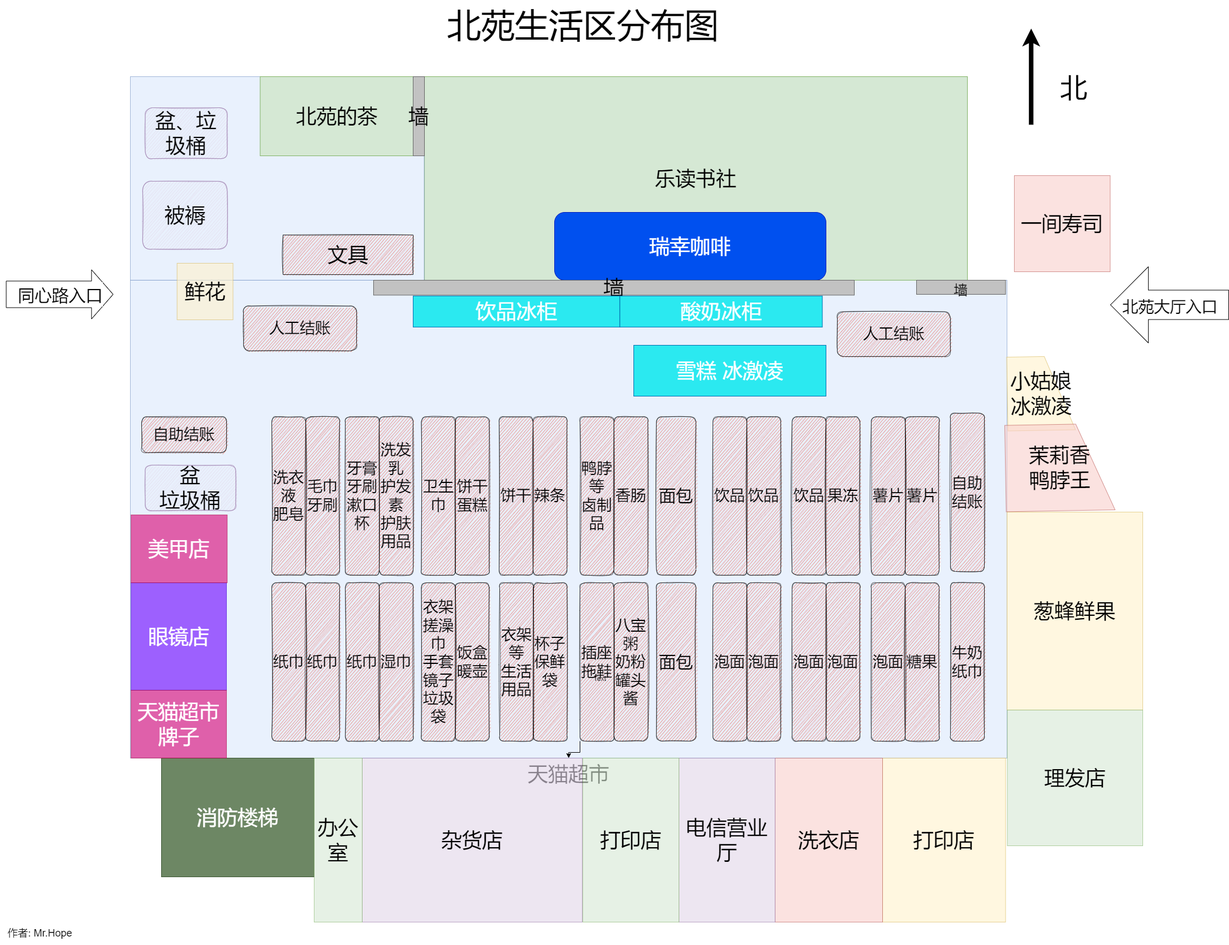
The draw.io diagram img/life/beiyuan/map.png in inNENU/2023-resource, before a commit. Source tidied: cells renumbered, new cells last; positions are measured from the earlier drawing's top-left corner, leaving out a move shared by most shapes.
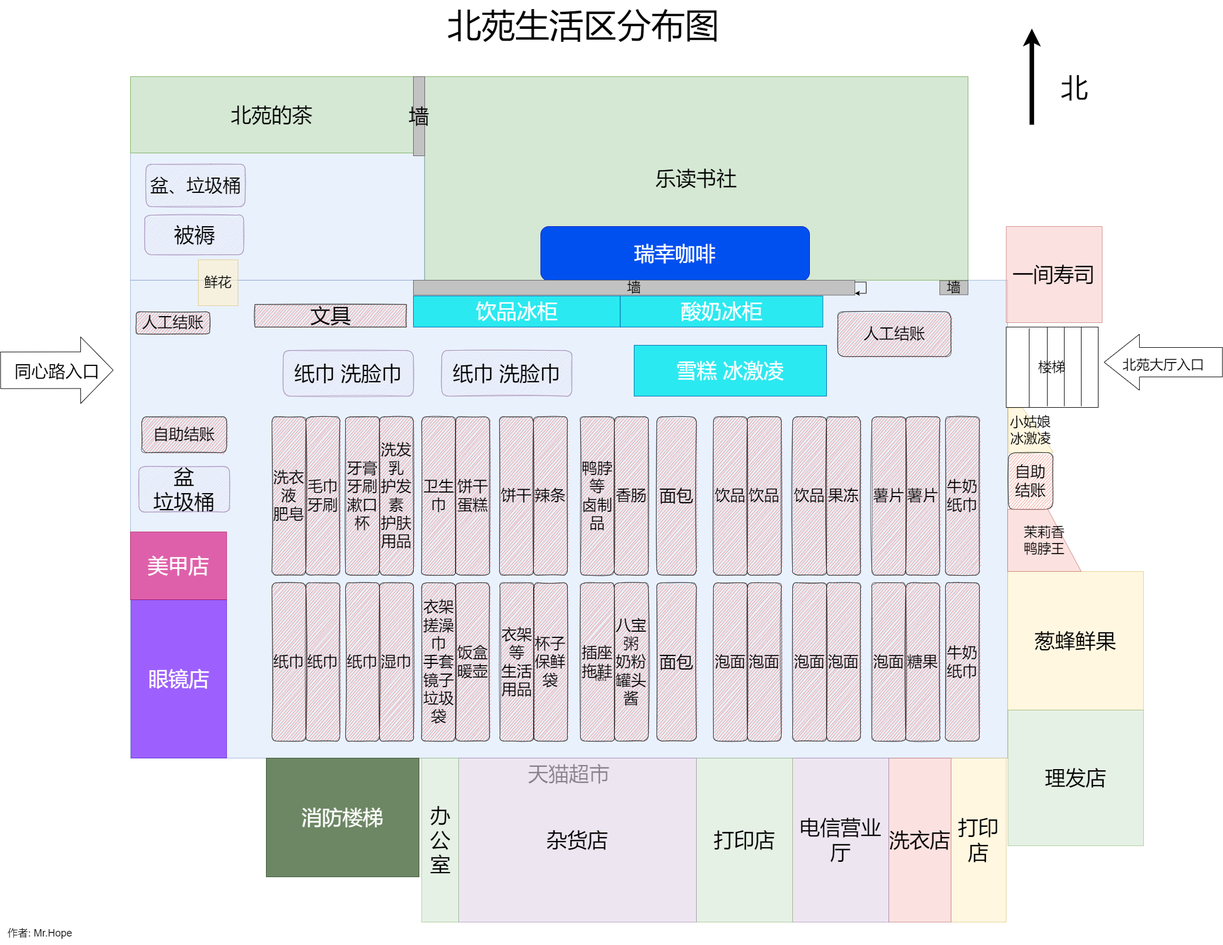
Later version of the same file.

What changed in the source:
```diff
@@ -18,73 +18,73 @@
       <mxGeometry x="1862.7" y="120" width="70" height="70" as="geometry" />
     </mxCell>
     <mxCell id="6" value="瑞幸咖啡" style="rounded=1;whiteSpace=wrap;html=1;fillColor=#0050ef;strokeColor=#001DBC;fontColor=#ffffff;fontSize=36;" parent="1" vertex="1">
-      <mxGeometry x="980" y="375" width="480" height="120" as="geometry" />
+      <mxGeometry x="955" y="400" width="475" height="95.7" as="geometry" />
     </mxCell>
     <mxCell id="7" style="rounded=0;whiteSpace=wrap;html=1;fillColor=#dae8fc;strokeColor=#6c8ebf;align=center;opacity=60;fontSize=36;" parent="1" vertex="1">
       <mxGeometry x="230" y="135" width="519.6" height="360" as="geometry" />
     </mxCell>
     <mxCell id="8" value="北苑的茶" style="rounded=0;whiteSpace=wrap;html=1;shadow=0;glass=0;sketch=0;fillColor=#d5e8d4;strokeColor=#82b366;fontSize=36;" parent="1" vertex="1">
-      <mxGeometry x="459.5" y="135" width="270.5" height="140" as="geometry" />
+      <mxGeometry x="230" y="135" width="500" height="135" as="geometry" />
     </mxCell>
-    <mxCell id="9" value="墙" style="rounded=0;whiteSpace=wrap;html=1;glass=0;shadow=0;sketch=0;fillColor=#C2C2C2;gradientColor=none;strokeColor=#666666;fillStyle=auto;fontSize=36;" parent="1" vertex="1">
-      <mxGeometry x="660" y="495" width="850" height="26.4" as="geometry" />
+    <mxCell id="9" value="墙" style="rounded=0;whiteSpace=wrap;html=1;glass=0;shadow=0;sketch=0;fillColor=#C2C2C2;gradientColor=none;strokeColor=#666666;fillStyle=auto;fontSize=24;" parent="1" vertex="1">
+      <mxGeometry x="730" y="495" width="780" height="26.4" as="geometry" />
     </mxCell>
-    <mxCell id="10" value="&lt;font style=&quot;font-size: 24px;&quot;&gt;墙&lt;/font&gt;" style="rounded=0;whiteSpace=wrap;html=1;glass=0;shadow=0;sketch=0;fillColor=#C2C2C2;gradientColor=none;strokeColor=#666666;fontSize=36;" parent="1" vertex="1">
-      <mxGeometry x="1620" y="495" width="157.5" height="25" as="geometry" />
+    <mxCell id="10" value="&lt;font style=&quot;font-size: 24px;&quot;&gt;墙&lt;/font&gt;" style="rounded=0;whiteSpace=wrap;html=1;glass=0;shadow=0;sketch=0;fillColor=#C2C2C2;gradientColor=none;strokeColor=#666666;fontSize=24;" parent="1" vertex="1">
+      <mxGeometry x="1660" y="495.7" width="50" height="25" as="geometry" />
     </mxCell>
     <mxCell id="11" value="&lt;font style=&quot;font-size: 36px;&quot;&gt;一间寿司&lt;/font&gt;" style="rounded=0;whiteSpace=wrap;html=1;shadow=0;glass=0;sketch=0;fillStyle=auto;fillColor=#f8cecc;opacity=60;strokeColor=#b85450;fontSize=36;" parent="1" vertex="1">
-      <mxGeometry x="1793" y="310" width="169.5" height="170" as="geometry" />
+      <mxGeometry x="1777.5" y="400" width="169.5" height="170" as="geometry" />
     </mxCell>
     <mxCell id="12" value="打印店" style="rounded=0;whiteSpace=wrap;html=1;shadow=0;glass=0;sketch=0;fillStyle=auto;fillColor=#fff2cc;opacity=60;strokeColor=#d6b656;fontSize=36;" parent="1" vertex="1">
-      <mxGeometry x="1560" y="1340" width="217.5" height="290" as="geometry" />
+      <mxGeometry x="1680" y="1340" width="97.5" height="290" as="geometry" />
     </mxCell>
     <mxCell id="13" value="&lt;font style=&quot;font-size: 36px;&quot;&gt;葱蜂鲜果&lt;/font&gt;" style="rounded=0;whiteSpace=wrap;html=1;shadow=0;glass=0;sketch=0;fillStyle=auto;fontSize=36;fillColor=#fff2cc;opacity=60;strokeColor=#d6b656;" parent="1" vertex="1">
-      <mxGeometry x="1780" y="905" width="240" height="350" as="geometry" />
+      <mxGeometry x="1780" y="1010" width="240" height="245" as="geometry" />
     </mxCell>
     <mxCell id="14" value="理发店" style="rounded=0;whiteSpace=wrap;html=1;shadow=0;glass=0;sketch=0;fillStyle=auto;fontSize=36;fillColor=#d5e8d4;opacity=60;strokeColor=#82b366;" parent="1" vertex="1">
       <mxGeometry x="1780.5" y="1255" width="239.5" height="240" as="geometry" />
     </mxCell>
-    <mxCell id="15" value="&lt;font style=&quot;font-size: 36px;&quot;&gt;小姑娘&lt;br style=&quot;font-size: 36px;&quot;&gt;冰激凌&lt;/font&gt;" style="shape=manualInput;whiteSpace=wrap;html=1;rounded=0;shadow=0;glass=0;sketch=0;fillStyle=auto;fontSize=36;fillColor=#fff2cc;opacity=60;rotation=-1;strokeColor=#d6b656;direction=south;labelPosition=center;verticalLabelPosition=middle;align=center;verticalAlign=middle;size=53;" parent="1" vertex="1">
-      <mxGeometry x="1780.5" y="630" width="119.5" height="130.5" as="geometry" />
+    <mxCell id="15" value="&lt;font style=&quot;font-size: 24px;&quot;&gt;小姑娘&lt;br style=&quot;font-size: 24px;&quot;&gt;冰激凌&lt;/font&gt;" style="shape=manualInput;whiteSpace=wrap;html=1;rounded=0;shadow=0;glass=0;sketch=0;fillStyle=auto;fontSize=24;fillColor=#fff2cc;opacity=60;rotation=-1;strokeColor=#d6b656;direction=south;labelPosition=center;verticalLabelPosition=middle;align=center;verticalAlign=middle;size=53;" parent="1" vertex="1">
+      <mxGeometry x="1781.4" y="720.2" width="78.6" height="80" as="geometry" />
     </mxCell>
     <mxCell id="16" value="&lt;font style=&quot;font-size: 36px;&quot;&gt;洗衣店&lt;/font&gt;" style="rounded=0;whiteSpace=wrap;html=1;shadow=0;glass=0;sketch=0;fillStyle=auto;fontSize=36;fillColor=#f8cecc;strokeColor=#b85450;opacity=60;" parent="1" vertex="1">
-      <mxGeometry x="1370" y="1340" width="190" height="290" as="geometry" />
+      <mxGeometry x="1570" y="1340" width="110" height="290" as="geometry" />
     </mxCell>
     <mxCell id="17" value="电信营业厅" style="rounded=0;whiteSpace=wrap;html=1;shadow=0;glass=0;sketch=0;fillStyle=auto;fontSize=36;fillColor=#e1d5e7;opacity=60;strokeColor=#9673a6;" parent="1" vertex="1">
-      <mxGeometry x="1200" y="1340" width="170" height="290" as="geometry" />
+      <mxGeometry x="1400" y="1340" width="170" height="290" as="geometry" />
     </mxCell>
     <mxCell id="18" value="打印店" style="rounded=0;whiteSpace=wrap;html=1;shadow=0;glass=0;sketch=0;fillStyle=auto;fontSize=36;fillColor=#d5e8d4;opacity=60;strokeColor=#82b366;" parent="1" vertex="1">
-      <mxGeometry x="1030" y="1340" width="170" height="290" as="geometry" />
+      <mxGeometry x="1230" y="1340" width="170" height="290" as="geometry" />
     </mxCell>
     <mxCell id="19" value="眼镜店" style="rounded=0;whiteSpace=wrap;html=1;shadow=0;glass=0;sketch=0;fillStyle=auto;fontSize=36;fillColor=#6a00ff;opacity=60;fontColor=#ffffff;strokeColor=#3700CC;" parent="1" vertex="1">
-      <mxGeometry x="231.2" y="1030" width="168.8" height="190" as="geometry" />
+      <mxGeometry x="231.2" y="1060" width="168.8" height="280" as="geometry" />
     </mxCell>
     <mxCell id="20" value="杂货店" style="rounded=0;whiteSpace=wrap;html=1;shadow=0;glass=0;sketch=0;fillStyle=auto;fontSize=36;fillColor=#e1d5e7;opacity=60;strokeColor=#9673a6;" parent="1" vertex="1">
-      <mxGeometry x="640" y="1340" width="389" height="290" as="geometry" />
+      <mxGeometry x="810" y="1340" width="420" height="290" as="geometry" />
     </mxCell>
     <mxCell id="21" value="美甲店" style="rounded=0;whiteSpace=wrap;html=1;shadow=0;glass=0;sketch=0;fillStyle=auto;fontSize=36;fillColor=#d80073;opacity=60;fontColor=#ffffff;strokeColor=#A50040;" parent="1" vertex="1">
-      <mxGeometry x="231.2" y="910" width="170" height="120" as="geometry" />
+      <mxGeometry x="230" y="940" width="170" height="120" as="geometry" />
     </mxCell>
-    <mxCell id="22" value="鲜花" style="rounded=0;whiteSpace=wrap;html=1;shadow=0;glass=0;sketch=0;fillStyle=auto;fontSize=36;fillColor=#fff2cc;opacity=60;strokeColor=#d6b656;" parent="1" vertex="1">
-      <mxGeometry x="312.6" y="465" width="98.9" height="100" as="geometry" />
+    <mxCell id="22" value="鲜花" style="rounded=0;whiteSpace=wrap;html=1;shadow=0;glass=0;sketch=0;fillStyle=auto;fontSize=24;fillColor=#fff2cc;opacity=60;strokeColor=#d6b656;" parent="1" vertex="1">
+      <mxGeometry x="350" y="458.9" width="70" height="81.1" as="geometry" />
     </mxCell>
-    <mxCell id="23" value="&lt;font style=&quot;font-size: 28px;&quot;&gt;北苑大厅入口&lt;/font&gt;" style="shape=flexArrow;endArrow=classic;html=1;rounded=0;fontSize=36;width=52;endSize=22;endWidth=81.81818181818183;" parent="1" edge="1">
+    <mxCell id="23" value="&lt;font style=&quot;font-size: 24px;&quot;&gt;北苑大厅入口&lt;/font&gt;" style="shape=flexArrow;endArrow=classic;html=1;rounded=0;fontSize=36;width=52;endSize=20.44666666666667;endWidth=46;" parent="1" edge="1">
       <mxGeometry relative="1" as="geometry">
-        <mxPoint x="2172.4" y="538.5" as="sourcePoint" />
-        <mxPoint x="1962.4" y="538.5" as="targetPoint" />
+        <mxPoint x="2160" y="640" as="sourcePoint" />
+        <mxPoint x="1950" y="640" as="targetPoint" />
       </mxGeometry>
     </mxCell>
-    <mxCell id="24" value="&lt;font style=&quot;font-size: 30px;&quot;&gt;同心路入口&lt;/font&gt;" style="shape=flexArrow;endArrow=classic;html=1;rounded=0;fontSize=36;width=47.05882352941177;endSize=12.388235294117647;endWidth=38.91891891891892;" parent="1" edge="1">
+    <mxCell id="24" value="&lt;font style=&quot;font-size: 30px;&quot;&gt;同心路入口&lt;/font&gt;" style="shape=flexArrow;endArrow=classic;html=1;rounded=0;fontSize=36;width=64.76190476190476;endSize=18.83809523809524;endWidth=52.06349206349206;" parent="1" edge="1">
       <mxGeometry relative="1" as="geometry">
-        <mxPoint x="10" y="520" as="sourcePoint" />
-        <mxPoint x="200" y="520" as="targetPoint" />
+        <mxPoint y="654.3" as="sourcePoint" />
+        <mxPoint x="200" y="654" as="targetPoint" />
       </mxGeometry>
     </mxCell>
     <mxCell id="25" value="文具" style="rounded=0;whiteSpace=wrap;html=1;shadow=0;glass=0;sketch=1;fillStyle=auto;fontSize=36;fontColor=none;fillColor=#E85642;gradientColor=none;opacity=60;" parent="1" vertex="1">
-      <mxGeometry x="500" y="415" width="230" height="70" as="geometry" />
+      <mxGeometry x="450" y="537.8" width="267.5" height="40" as="geometry" />
     </mxCell>
     <mxCell id="26" value="牛奶&lt;br style=&quot;font-size: 27px;&quot;&gt;纸巾" style="rounded=1;whiteSpace=wrap;html=1;shadow=0;glass=0;sketch=1;fillStyle=auto;fontSize=27;fontColor=none;fillColor=#E85642;gradientColor=none;opacity=60;" parent="1" vertex="1">
-      <mxGeometry x="1680" y="1030" width="60" height="280" as="geometry" />
+      <mxGeometry x="1670" y="1030" width="60" height="280" as="geometry" />
     </mxCell>
     <mxCell id="27" value="饮品冰柜" style="rounded=0;whiteSpace=wrap;html=1;shadow=0;glass=0;sketch=0;fillStyle=auto;fontSize=36;fontColor=#ffffff;fillColor=#2BE9F0;strokeColor=#006EAF;" parent="1" vertex="1">
       <mxGeometry x="730" y="522.8" width="365.5" height="55" as="geometry" />
@@ -93,25 +93,25 @@
       <mxGeometry x="1095.5" y="522.8" width="358" height="55" as="geometry" />
     </mxCell>
     <mxCell id="29" value="消防楼梯" style="rounded=0;whiteSpace=wrap;html=1;shadow=0;glass=0;sketch=0;fillStyle=auto;fontSize=36;fontColor=#ffffff;fillColor=#6d8764;strokeColor=#3A5431;" parent="1" vertex="1">
-      <mxGeometry x="285" y="1340" width="270" height="210" as="geometry" />
+      <mxGeometry x="470" y="1340" width="270" height="210" as="geometry" />
     </mxCell>
     <mxCell id="30" value="自助结账" style="rounded=1;whiteSpace=wrap;html=1;shadow=0;glass=0;sketch=1;fillStyle=auto;fontSize=27;fontColor=none;fillColor=#E85642;gradientColor=none;opacity=60;" parent="1" vertex="1">
-      <mxGeometry x="1680" y="730" width="60" height="280" as="geometry" />
+      <mxGeometry x="1781.4" y="800" width="78.6" height="100" as="geometry" />
     </mxCell>
-    <mxCell id="31" value="盆、垃圾桶" style="rounded=1;whiteSpace=wrap;html=1;shadow=0;glass=0;sketch=1;fillStyle=auto;fontSize=36;fillColor=#e1d5e7;opacity=60;strokeColor=#9673a6;" parent="1" vertex="1">
-      <mxGeometry x="256.2" y="190" width="145" height="90" as="geometry" />
+    <mxCell id="31" value="盆、垃圾桶" style="rounded=1;whiteSpace=wrap;html=1;shadow=0;glass=0;sketch=1;fillStyle=auto;fontSize=32;fillColor=#e1d5e7;opacity=60;strokeColor=#9673a6;" parent="1" vertex="1">
+      <mxGeometry x="257.5" y="290" width="175" height="75" as="geometry" />
     </mxCell>
     <mxCell id="32" value="墙" style="rounded=0;whiteSpace=wrap;html=1;glass=0;shadow=0;sketch=0;fillColor=#C2C2C2;gradientColor=none;strokeColor=#666666;fillStyle=auto;fontSize=36;" parent="1" vertex="1">
       <mxGeometry x="730" y="135" width="20" height="140" as="geometry" />
     </mxCell>
     <mxCell id="33" value="盆&lt;br style=&quot;font-size: 36px;&quot;&gt;垃圾桶" style="rounded=1;whiteSpace=wrap;html=1;shadow=0;glass=0;sketch=1;fillStyle=auto;fontSize=36;fillColor=#e1d5e7;opacity=60;strokeColor=#9673a6;" parent="1" vertex="1">
-      <mxGeometry x="256.2" y="822" width="160" height="80.7" as="geometry" />
+      <mxGeometry x="245" y="824.2" width="160" height="80.7" as="geometry" />
     </mxCell>
     <mxCell id="34" value="被褥" style="rounded=1;whiteSpace=wrap;html=1;shadow=0;glass=0;sketch=1;fillStyle=auto;fontSize=36;fillColor=#e1d5e7;opacity=60;strokeColor=#9673a6;" parent="1" vertex="1">
-      <mxGeometry x="251.8" y="320" width="149.5" height="120" as="geometry" />
+      <mxGeometry x="255.5" y="380" width="174.5" height="70" as="geometry" />
     </mxCell>
-    <mxCell id="35" value="&lt;font style=&quot;font-size: 36px;&quot;&gt;茉莉香&lt;br style=&quot;font-size: 36px;&quot;&gt;鸭脖王&lt;/font&gt;" style="shape=manualInput;whiteSpace=wrap;html=1;rounded=0;shadow=0;glass=0;sketch=0;fillStyle=auto;fontSize=36;fillColor=#f8cecc;opacity=60;rotation=-1;strokeColor=#b85450;direction=south;labelPosition=center;verticalLabelPosition=middle;align=center;verticalAlign=middle;size=67;" parent="1" vertex="1">
-      <mxGeometry x="1777.3" y="750" width="192.5" height="152.7" as="geometry" />
+    <mxCell id="35" value="&lt;font style=&quot;font-size: 24px;&quot;&gt;茉莉香&lt;br style=&quot;font-size: 24px;&quot;&gt;鸭脖王&lt;/font&gt;" style="shape=manualInput;whiteSpace=wrap;html=1;rounded=0;shadow=0;glass=0;sketch=0;fillStyle=auto;fontSize=24;fillColor=#f8cecc;opacity=60;rotation=0;strokeColor=#b85450;direction=south;labelPosition=center;verticalLabelPosition=middle;align=center;verticalAlign=middle;size=59;" parent="1" vertex="1">
+      <mxGeometry x="1780" y="900" width="130" height="110" as="geometry" />
     </mxCell>
     <mxCell id="36" value="面包" style="rounded=1;whiteSpace=wrap;html=1;shadow=0;glass=0;sketch=1;fillStyle=auto;fontSize=30;fontColor=none;fillColor=#E85642;gradientColor=none;opacity=60;" parent="1" vertex="1">
       <mxGeometry x="1160" y="1030" width="70" height="280" as="geometry" />
@@ -146,9 +146,6 @@
     <mxCell id="46" value="八宝粥&lt;br&gt;奶粉&lt;br&gt;罐头&lt;br&gt;酱" style="rounded=1;whiteSpace=wrap;html=1;shadow=0;glass=0;sketch=1;fillStyle=auto;fontSize=27;fontColor=none;fillColor=#E85642;gradientColor=none;opacity=60;" parent="1" vertex="1">
       <mxGeometry x="1085" y="1030" width="60" height="280" as="geometry" />
     </mxCell>
-    <mxCell id="47" style="edgeStyle=orthogonalEdgeStyle;rounded=0;jettySize=auto;html=1;exitX=0;exitY=1;exitDx=0;exitDy=0;fontSize=18;" parent="1" edge="1" source="48" target="2">
-      <mxGeometry relative="1" as="geometry" />
-    </mxCell>
     <mxCell id="48" value="&lt;font style=&quot;font-size: 27px;&quot;&gt;插座&lt;br style=&quot;&quot;&gt;拖鞋&lt;/font&gt;" style="rounded=1;whiteSpace=wrap;html=1;shadow=0;glass=0;sketch=1;fillStyle=auto;fontSize=27;fontColor=none;fillColor=#E85642;gradientColor=none;opacity=60;" parent="1" vertex="1">
       <mxGeometry x="1025" y="1030" width="60" height="280" as="geometry" />
     </mxCell>
@@ -222,7 +219,7 @@
       <mxGeometry x="250" y="736.5" width="150" height="63.5" as="geometry" />
     </mxCell>
     <mxCell id="72" value="人工结账" style="rounded=1;whiteSpace=wrap;html=1;shadow=0;glass=0;sketch=1;fillStyle=auto;fontSize=27;fontColor=none;fillColor=#E85642;gradientColor=none;opacity=60;" parent="1" vertex="1">
-      <mxGeometry x="430" y="540.7" width="200" height="79.3" as="geometry" />
+      <mxGeometry x="240" y="550.7" width="130" height="39.3" as="geometry" />
     </mxCell>
     <mxCell id="73" value="雪糕 冰激凌" style="rounded=0;whiteSpace=wrap;html=1;shadow=0;glass=0;sketch=0;fillStyle=auto;fontSize=36;fontColor=#ffffff;fillColor=#2BE9F0;strokeColor=#006EAF;" parent="1" vertex="1">
       <mxGeometry x="1120" y="610" width="340" height="90" as="geometry" />
@@ -234,16 +231,51 @@
       <mxGeometry x="780" width="500" height="90" as="geometry" />
     </mxCell>
     <mxCell id="76" value="办公室" style="rounded=0;whiteSpace=wrap;html=1;shadow=0;glass=0;sketch=0;fillStyle=auto;fontSize=36;fillColor=#d5e8d4;opacity=60;strokeColor=#82b366;" parent="1" vertex="1">
-      <mxGeometry x="555" y="1340" width="85" height="290" as="geometry" />
+      <mxGeometry x="744.5" y="1340" width="65.5" height="290" as="geometry" />
     </mxCell>
-    <mxCell id="77" value="天猫超市&lt;br&gt;牌子" style="rounded=0;whiteSpace=wrap;html=1;shadow=0;glass=0;sketch=0;fillStyle=auto;fontSize=36;fillColor=#d80073;opacity=60;fontColor=#ffffff;strokeColor=#A50040;" parent="1" vertex="1">
-      <mxGeometry x="231.2" y="1220" width="168.8" height="120" as="geometry" />
-    </mxCell>
     <mxCell id="78" value="Text" style="text;html=1;align=center;verticalAlign=middle;fillColor=none;strokeColor=none;rounded=0;" parent="1" vertex="1">
       <mxGeometry x="1040" y="1190" width="40" height="20" as="geometry" />
     </mxCell>
     <mxCell id="79" value="作者: Mr.Hope" style="text;html=1;align=center;verticalAlign=middle;fillColor=none;strokeColor=none;rounded=0;fontSize=18;" parent="1" vertex="1">
       <mxGeometry y="1630" width="140" height="40" as="geometry" />
     </mxCell>
+    <mxCell id="80" value="牛奶&lt;br style=&quot;font-size: 27px;&quot;&gt;纸巾" style="rounded=1;whiteSpace=wrap;html=1;shadow=0;glass=0;sketch=1;fillStyle=auto;fontSize=27;fontColor=none;fillColor=#E85642;gradientColor=none;opacity=60;" parent="1" vertex="1">
+      <mxGeometry x="1670" y="736.5" width="60" height="280" as="geometry" />
+    </mxCell>
+    <mxCell id="81" style="edgeStyle=orthogonalEdgeStyle;rounded=0;orthogonalLoop=1;jettySize=auto;html=1;fontSize=24;" parent="1" edge="1" source="9" target="9">
+      <mxGeometry relative="1" as="geometry" />
+    </mxCell>
+    <mxCell id="82" value="纸巾 洗脸巾" style="rounded=1;whiteSpace=wrap;html=1;shadow=0;glass=0;sketch=1;fillStyle=auto;fontSize=36;fillColor=#e1d5e7;opacity=60;strokeColor=#9673a6;" parent="1" vertex="1">
+      <mxGeometry x="500" y="619.3" width="230" height="80.7" as="geometry" />
+    </mxCell>
+    <mxCell id="83" value="纸巾 洗脸巾" style="rounded=1;whiteSpace=wrap;html=1;shadow=0;glass=0;sketch=1;fillStyle=auto;fontSize=36;fillColor=#e1d5e7;opacity=60;strokeColor=#9673a6;" parent="1" vertex="1">
+      <mxGeometry x="780" y="619.3" width="230" height="80.7" as="geometry" />
+    </mxCell>
+    <mxCell id="84" value="楼梯" style="rounded=0;whiteSpace=wrap;html=1;fontSize=24;shadow=0;glass=0;fillStyle=auto;gradientColor=none;fillColor=default;" parent="1" vertex="1">
+      <mxGeometry x="1777.5" y="577.8" width="162.5" height="142.2" as="geometry" />
+    </mxCell>
+    <mxCell id="85" style="endArrow=none;html=1;rounded=0;fontSize=24;exitX=0.25;exitY=1;exitDx=0;exitDy=0;" parent="1" edge="1" source="84">
+      <mxGeometry relative="1" as="geometry">
+        <mxPoint x="1818" y="580" as="targetPoint" />
+      </mxGeometry>
+    </mxCell>
+    <mxCell id="86" style="endArrow=none;html=1;rounded=0;fontSize=24;exitX=0.25;exitY=1;exitDx=0;exitDy=0;" parent="1" edge="1">
+      <mxGeometry relative="1" as="geometry">
+        <mxPoint x="1850.1" y="717.8" as="sourcePoint" />
+        <mxPoint x="1850" y="577.8" as="targetPoint" />
+      </mxGeometry>
+    </mxCell>
+    <mxCell id="87" style="endArrow=none;html=1;rounded=0;fontSize=24;exitX=0.25;exitY=1;exitDx=0;exitDy=0;" parent="1" edge="1">
+      <mxGeometry relative="1" as="geometry">
+        <mxPoint x="1880.1" y="717.8" as="sourcePoint" />
+        <mxPoint x="1880" y="577.8" as="targetPoint" />
+      </mxGeometry>
+    </mxCell>
+    <mxCell id="88" style="endArrow=none;html=1;rounded=0;fontSize=24;exitX=0.25;exitY=1;exitDx=0;exitDy=0;" parent="1" edge="1">
+      <mxGeometry relative="1" as="geometry">
+        <mxPoint x="1910.1" y="717.8" as="sourcePoint" />
+        <mxPoint x="1910" y="577.8" as="targetPoint" />
+      </mxGeometry>
+    </mxCell>
   </root>
 </mxGraphModel>
```
